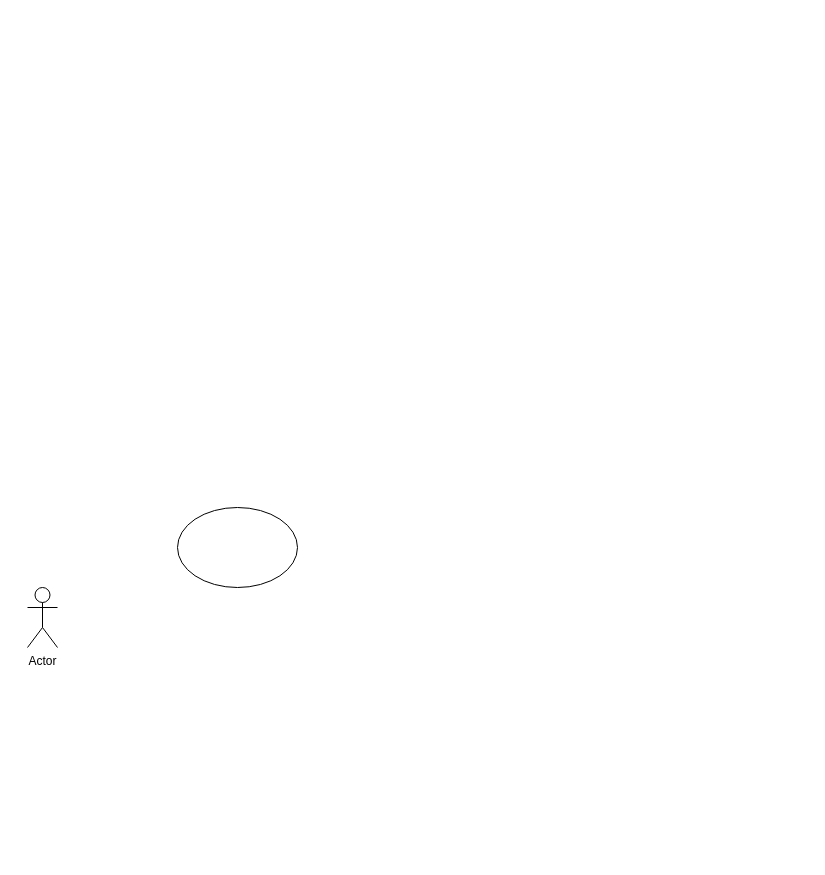
changhuaC/mark-paper-web keeps this draw.io diagram as 未命名绘图.drawio. Above is the earlier version. Source tidied: cells renumbered, new cells numbered last; positions are measured from the earlier drawing's top-left corner, leaving out a move shared by most shapes. Both pictures are drawn from the tidied source at 100%, with x=0, y=0 at pixel (27, 507).
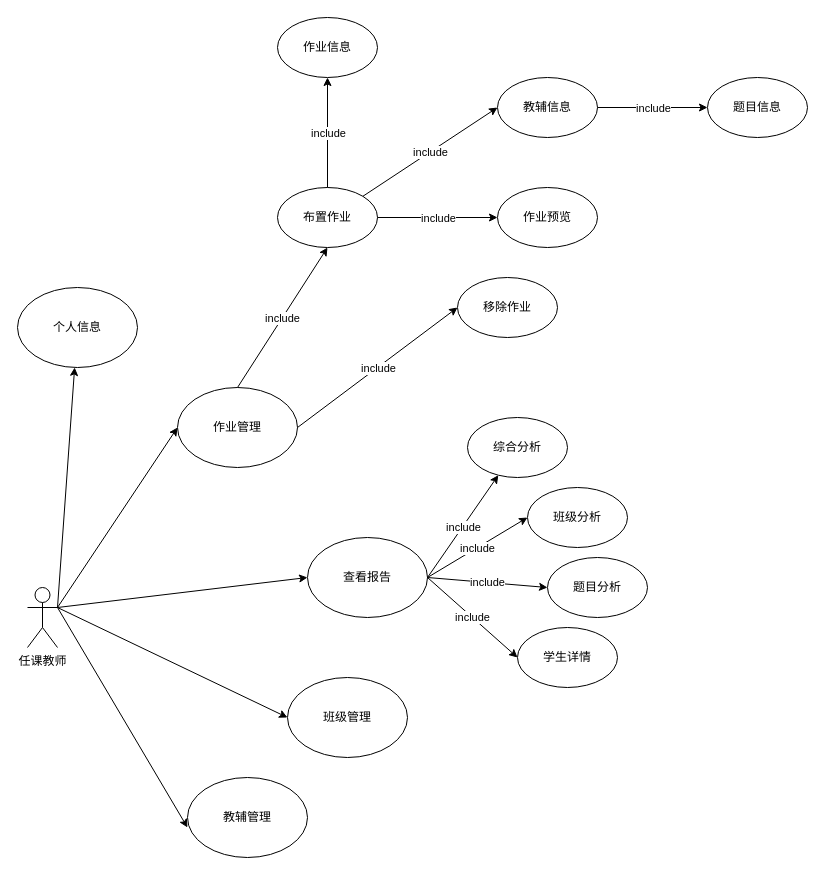
After the change.

The edit, as a diff of the source:
```diff
@@
-    <mxCell id="2" value="Actor" style="shape=umlActor;verticalLabelPosition=bottom;verticalAlign=top;html=1;outlineConnect=0;" parent="1" vertex="1">
+    <mxCell id="2" value="任课教师" style="shape=umlActor;verticalLabelPosition=bottom;verticalAlign=top;html=1;outlineConnect=0;" parent="1" vertex="1">
       <mxGeometry y="80" width="30" height="60" as="geometry" />
     </mxCell>
-    <mxCell id="3" style="ellipse;whiteSpace=wrap;html=1;" parent="1" vertex="1">
-      <mxGeometry x="150" width="120" height="80" as="geometry" />
-    </mxCell>
+    <mxCell id="4" value="&lt;span&gt;移除作业&lt;/span&gt;" style="ellipse;whiteSpace=wrap;html=1;" parent="1" vertex="1">
+      <mxGeometry x="430" y="-230" width="100" height="60" as="geometry" />
+    </mxCell>
+    <mxCell id="5" value="作业管理" style="ellipse;whiteSpace=wrap;html=1;" parent="1" vertex="1">
+      <mxGeometry x="150" y="-120" width="120" height="80" as="geometry" />
+    </mxCell>
+    <mxCell id="6" value="布置作业" style="ellipse;whiteSpace=wrap;html=1;" parent="1" vertex="1">
+      <mxGeometry x="250" y="-320" width="100" height="60" as="geometry" />
+    </mxCell>
+    <mxCell id="7" value="&lt;span&gt;查看报告&lt;/span&gt;" style="ellipse;whiteSpace=wrap;html=1;" parent="1" vertex="1">
+      <mxGeometry x="280" y="30" width="120" height="80" as="geometry" />
+    </mxCell>
+    <mxCell id="8" value="班级管理" style="ellipse;whiteSpace=wrap;html=1;" parent="1" vertex="1">
+      <mxGeometry x="260" y="170" width="120" height="80" as="geometry" />
+    </mxCell>
+    <mxCell id="9" value="个人信息" style="ellipse;whiteSpace=wrap;html=1;" parent="1" vertex="1">
+      <mxGeometry x="-10" y="-220" width="120" height="80" as="geometry" />
+    </mxCell>
+    <mxCell id="10" value="教辅管理" style="ellipse;whiteSpace=wrap;html=1;" parent="1" vertex="1">
+      <mxGeometry x="160" y="270" width="120" height="80" as="geometry" />
+    </mxCell>
+    <mxCell id="11" style="endArrow=classic;html=1;entryX=0;entryY=0.5;entryDx=0;entryDy=0;exitX=1;exitY=0.5;exitDx=0;exitDy=0;" parent="1" edge="1" source="5" target="4">
+      <mxGeometry relative="1" as="geometry" />
+    </mxCell>
+    <mxCell id="12" value="include" style="edgeLabel;html=1;align=center;verticalAlign=middle;" parent="11" vertex="1">
+      <mxGeometry relative="1" as="geometry" />
+    </mxCell>
+    <mxCell id="13" style="endArrow=classic;html=1;" parent="1" edge="1" target="9">
+      <mxGeometry relative="1" as="geometry">
+        <mxPoint x="30" y="100" as="sourcePoint" />
+      </mxGeometry>
+    </mxCell>
+    <mxCell id="14" style="endArrow=classic;html=1;entryX=0;entryY=0.5;entryDx=0;entryDy=0;" parent="1" edge="1" target="5">
+      <mxGeometry relative="1" as="geometry">
+        <mxPoint x="30" y="100" as="sourcePoint" />
+      </mxGeometry>
+    </mxCell>
+    <mxCell id="15" style="endArrow=classic;html=1;entryX=0;entryY=0.5;entryDx=0;entryDy=0;exitX=1;exitY=0.3333333333333333;exitDx=0;exitDy=0;exitPerimeter=0;" parent="1" edge="1" source="2" target="7">
+      <mxGeometry relative="1" as="geometry" />
+    </mxCell>
+    <mxCell id="16" style="endArrow=classic;html=1;entryX=0;entryY=0.5;entryDx=0;entryDy=0;" parent="1" edge="1" target="8">
+      <mxGeometry relative="1" as="geometry">
+        <mxPoint x="30" y="100" as="sourcePoint" />
+      </mxGeometry>
+    </mxCell>
+    <mxCell id="17" style="endArrow=classic;html=1;entryX=0;entryY=0.625;entryDx=0;entryDy=0;entryPerimeter=0;" parent="1" edge="1" target="10">
+      <mxGeometry relative="1" as="geometry">
+        <mxPoint x="30" y="100" as="sourcePoint" />
+      </mxGeometry>
+    </mxCell>
+    <mxCell id="18" value="综合分析" style="ellipse;whiteSpace=wrap;html=1;" parent="1" vertex="1">
+      <mxGeometry x="440" y="-90" width="100" height="60" as="geometry" />
+    </mxCell>
+    <mxCell id="19" value="题目分析" style="ellipse;whiteSpace=wrap;html=1;" parent="1" vertex="1">
+      <mxGeometry x="520" y="50" width="100" height="60" as="geometry" />
+    </mxCell>
+    <mxCell id="20" value="学生详情" style="ellipse;whiteSpace=wrap;html=1;" parent="1" vertex="1">
+      <mxGeometry x="490" y="120" width="100" height="60" as="geometry" />
+    </mxCell>
+    <mxCell id="21" value="班级分析" style="ellipse;whiteSpace=wrap;html=1;" parent="1" vertex="1">
+      <mxGeometry x="500" y="-20" width="100" height="60" as="geometry" />
+    </mxCell>
+    <mxCell id="22" style="endArrow=classic;html=1;exitX=1;exitY=0.5;exitDx=0;exitDy=0;" parent="1" edge="1" source="7" target="18">
+      <mxGeometry relative="1" as="geometry" />
+    </mxCell>
+    <mxCell id="23" value="include" style="edgeLabel;html=1;align=center;verticalAlign=middle;" parent="22" vertex="1">
+      <mxGeometry relative="1" as="geometry" />
+    </mxCell>
+    <mxCell id="24" style="endArrow=classic;html=1;entryX=0;entryY=0.5;entryDx=0;entryDy=0;exitX=1;exitY=0.5;exitDx=0;exitDy=0;" parent="1" edge="1" source="7" target="21">
+      <mxGeometry relative="1" as="geometry" />
+    </mxCell>
+    <mxCell id="25" value="include" style="edgeLabel;html=1;align=center;verticalAlign=middle;" parent="24" vertex="1">
+      <mxGeometry relative="1" as="geometry" />
+    </mxCell>
+    <mxCell id="26" style="endArrow=classic;html=1;exitX=1;exitY=0.5;exitDx=0;exitDy=0;entryX=0;entryY=0.5;entryDx=0;entryDy=0;" parent="1" edge="1" source="7" target="19">
+      <mxGeometry relative="1" as="geometry" />
+    </mxCell>
+    <mxCell id="27" value="include" style="edgeLabel;html=1;align=center;verticalAlign=middle;" parent="26" vertex="1">
+      <mxGeometry relative="1" as="geometry" />
+    </mxCell>
+    <mxCell id="28" style="endArrow=classic;html=1;entryX=0;entryY=0.5;entryDx=0;entryDy=0;" parent="1" edge="1" target="20">
+      <mxGeometry relative="1" as="geometry">
+        <mxPoint x="400" y="70" as="sourcePoint" />
+      </mxGeometry>
+    </mxCell>
+    <mxCell id="29" value="include" style="edgeLabel;html=1;align=center;verticalAlign=middle;" parent="28" vertex="1">
+      <mxGeometry relative="1" as="geometry" />
+    </mxCell>
+    <mxCell id="30" style="endArrow=classic;html=1;entryX=0.5;entryY=1;entryDx=0;entryDy=0;exitX=0.5;exitY=0;exitDx=0;exitDy=0;" parent="1" edge="1" source="5" target="6">
+      <mxGeometry relative="1" as="geometry" />
+    </mxCell>
+    <mxCell id="31" value="include" style="edgeLabel;html=1;align=center;verticalAlign=middle;" parent="30" vertex="1">
+      <mxGeometry relative="1" as="geometry" />
+    </mxCell>
+    <mxCell id="32" value="教辅信息" style="ellipse;whiteSpace=wrap;html=1;" parent="1" vertex="1">
+      <mxGeometry x="470" y="-430" width="100" height="60" as="geometry" />
+    </mxCell>
+    <mxCell id="33" style="endArrow=classic;html=1;entryX=0.5;entryY=1;entryDx=0;entryDy=0;exitX=1;exitY=0;exitDx=0;exitDy=0;" parent="1" edge="1" source="6">
+      <mxGeometry relative="1" as="geometry">
+        <mxPoint x="470" y="-400" as="targetPoint" />
+      </mxGeometry>
+    </mxCell>
+    <mxCell id="34" value="include" style="edgeLabel;html=1;align=center;verticalAlign=middle;" parent="33" vertex="1">
+      <mxGeometry relative="1" as="geometry" />
+    </mxCell>
+    <mxCell id="35" value="作业信息" style="ellipse;whiteSpace=wrap;html=1;" parent="1" vertex="1">
+      <mxGeometry x="250" y="-490" width="100" height="60" as="geometry" />
+    </mxCell>
+    <mxCell id="36" style="endArrow=classic;html=1;entryX=0.5;entryY=1;entryDx=0;entryDy=0;" parent="1" edge="1" source="6" target="35">
+      <mxGeometry relative="1" as="geometry" />
+    </mxCell>
+    <mxCell id="37" value="include" style="edgeLabel;html=1;align=center;verticalAlign=middle;" parent="36" vertex="1">
+      <mxGeometry relative="1" as="geometry" />
+    </mxCell>
+    <mxCell id="38" value="题目信息" style="ellipse;whiteSpace=wrap;html=1;" parent="1" vertex="1">
+      <mxGeometry x="680" y="-430" width="100" height="60" as="geometry" />
+    </mxCell>
+    <mxCell id="39" style="endArrow=classic;html=1;entryX=0;entryY=0.5;entryDx=0;entryDy=0;exitX=1;exitY=0.5;exitDx=0;exitDy=0;" parent="1" edge="1" source="32" target="38">
+      <mxGeometry relative="1" as="geometry" />
+    </mxCell>
+    <mxCell id="40" value="include" style="edgeLabel;html=1;align=center;verticalAlign=middle;" parent="39" vertex="1">
+      <mxGeometry relative="1" as="geometry" />
+    </mxCell>
+    <mxCell id="41" value="作业预览" style="ellipse;whiteSpace=wrap;html=1;" parent="1" vertex="1">
+      <mxGeometry x="470" y="-320" width="100" height="60" as="geometry" />
+    </mxCell>
+    <mxCell id="42" style="endArrow=classic;html=1;entryX=0;entryY=0.5;entryDx=0;entryDy=0;exitX=1;exitY=0.5;exitDx=0;exitDy=0;" parent="1" edge="1" source="6" target="41">
+      <mxGeometry relative="1" as="geometry" />
+    </mxCell>
+    <mxCell id="43" value="include" style="edgeLabel;html=1;align=center;verticalAlign=middle;" parent="42" vertex="1">
+      <mxGeometry relative="1" as="geometry" />
+    </mxCell>
```
